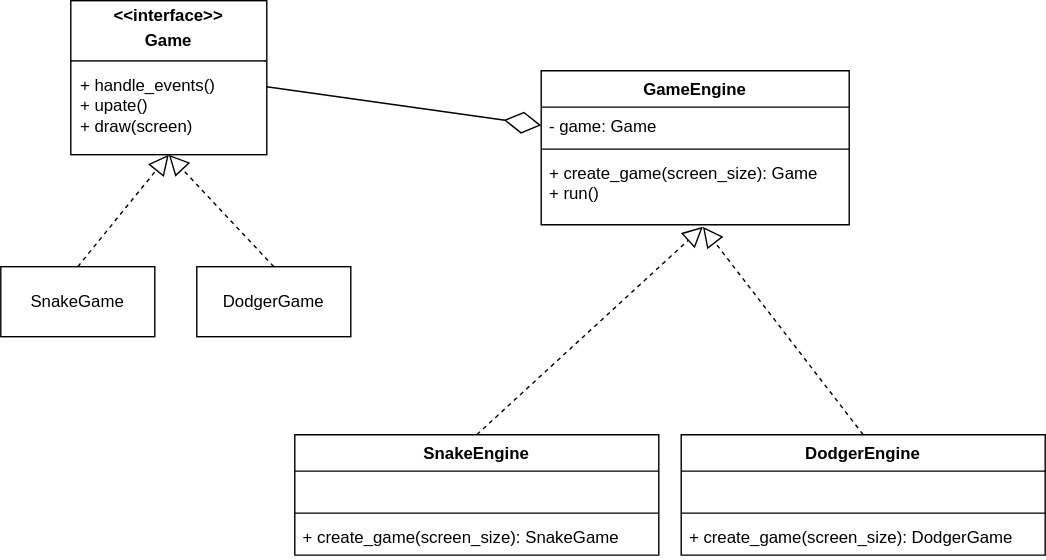
This is UML.drawio.svg from orangebtw/factory-method-pattern, a draw.io export, as it was before one commit. Source tidied: cells renumbered, new cells last; positions are measured from the earlier drawing's top-left corner, leaving out a move shared by most shapes. Source of this version:
```xml
<mxGraphModel>
  <root>
    <mxCell id="0" />
    <mxCell id="1" parent="0" />
    <mxCell id="2" value="GameEngine" style="swimlane;fontStyle=1;align=center;verticalAlign=top;horizontal=1;startSize=26;whiteSpace=wrap;html=1;" parent="1" vertex="1">
      <mxGeometry x="386" y="50" width="220" height="110" as="geometry" />
    </mxCell>
    <mxCell id="3" value="- game: Game" style="text;strokeColor=none;fillColor=none;align=left;verticalAlign=top;spacingLeft=4;spacingRight=4;overflow=hidden;points=[[0,0.5],[1,0.5]];portConstraint=eastwest;whiteSpace=wrap;html=1;" parent="2" vertex="1">
      <mxGeometry y="26" width="220" height="26" as="geometry" />
    </mxCell>
    <mxCell id="4" style="line;strokeWidth=1;fillColor=none;align=left;verticalAlign=middle;spacingTop=-1;spacingLeft=3;spacingRight=3;labelPosition=right;strokeColor=inherit;" parent="2" vertex="1">
      <mxGeometry y="52" width="220" height="8" as="geometry" />
    </mxCell>
    <mxCell id="5" value="&lt;div&gt;&lt;span style=&quot;background-color: transparent; color: light-dark(rgb(0, 0, 0), rgb(255, 255, 255));&quot;&gt;+ create_game(screen_size): Game&lt;/span&gt;&lt;/div&gt;&lt;div&gt;+ run()&lt;/div&gt;" style="text;strokeColor=none;fillColor=none;align=left;verticalAlign=top;spacingLeft=4;spacingRight=4;overflow=hidden;points=[[0,0.5],[1,0.5]];portConstraint=eastwest;whiteSpace=wrap;html=1;" parent="2" vertex="1">
      <mxGeometry y="60" width="220" height="50" as="geometry" />
    </mxCell>
    <mxCell id="6" value="SnakeEngine" style="swimlane;fontStyle=1;align=center;verticalAlign=top;horizontal=1;startSize=26;whiteSpace=wrap;html=1;" parent="1" vertex="1">
      <mxGeometry x="210" y="310" width="260" height="86" as="geometry" />
    </mxCell>
    <mxCell id="7" value="&amp;nbsp;" style="text;strokeColor=none;fillColor=none;align=left;verticalAlign=top;spacingLeft=4;spacingRight=4;overflow=hidden;whiteSpace=wrap;html=1;" parent="6" vertex="1">
      <mxGeometry y="26" width="260" height="26" as="geometry" />
    </mxCell>
    <mxCell id="8" style="line;strokeWidth=1;fillColor=none;align=left;verticalAlign=middle;spacingTop=-1;spacingLeft=3;spacingRight=3;labelPosition=right;strokeColor=inherit;" parent="6" vertex="1">
      <mxGeometry y="52" width="260" height="8" as="geometry" />
    </mxCell>
    <mxCell id="9" value="+ create_game(screen_size): SnakeGame" style="text;strokeColor=none;fillColor=none;align=left;verticalAlign=top;spacingLeft=4;spacingRight=4;overflow=hidden;whiteSpace=wrap;html=1;" parent="6" vertex="1">
      <mxGeometry y="60" width="260" height="26" as="geometry" />
    </mxCell>
    <mxCell id="10" value="DodgerEngine" style="swimlane;fontStyle=1;align=center;verticalAlign=top;horizontal=1;startSize=26;whiteSpace=wrap;html=1;" parent="1" vertex="1">
      <mxGeometry x="486" y="310" width="260" height="86" as="geometry" />
    </mxCell>
    <mxCell id="11" value="&amp;nbsp;" style="text;strokeColor=none;fillColor=none;align=left;verticalAlign=top;spacingLeft=4;spacingRight=4;overflow=hidden;whiteSpace=wrap;html=1;" parent="10" vertex="1">
      <mxGeometry y="26" width="260" height="26" as="geometry" />
    </mxCell>
    <mxCell id="12" style="line;strokeWidth=1;fillColor=none;align=left;verticalAlign=middle;spacingTop=-1;spacingLeft=3;spacingRight=3;labelPosition=right;strokeColor=inherit;" parent="10" vertex="1">
      <mxGeometry y="52" width="260" height="8" as="geometry" />
    </mxCell>
    <mxCell id="13" value="+ create_game(screen_size): DodgerGame" style="text;strokeColor=none;fillColor=none;align=left;verticalAlign=top;spacingLeft=4;spacingRight=4;overflow=hidden;whiteSpace=wrap;html=1;" parent="10" vertex="1">
      <mxGeometry y="60" width="260" height="26" as="geometry" />
    </mxCell>
    <mxCell id="14" style="group;" parent="1" vertex="1">
      <mxGeometry x="50" width="140" height="110" as="geometry" />
    </mxCell>
    <mxCell id="15" value="&lt;p style=&quot;margin:0px;margin-top:4px;text-align:center;&quot;&gt;&lt;b&gt;&amp;lt;&amp;lt;interface&amp;gt;&amp;gt;&lt;/b&gt;&lt;/p&gt;&lt;p style=&quot;margin:0px;margin-top:4px;text-align:center;&quot;&gt;&lt;b&gt;Game&lt;/b&gt;&lt;/p&gt;&lt;hr size=&quot;1&quot; style=&quot;border-style:solid;&quot;&gt;&lt;div style=&quot;height:2px;&quot;&gt;&lt;/div&gt;" style="verticalAlign=top;align=left;overflow=fill;html=1;whiteSpace=wrap;" parent="14" vertex="1">
      <mxGeometry width="140" height="110" as="geometry" />
    </mxCell>
    <mxCell id="16" value="+ handle_events()&lt;div&gt;+ upate()&lt;/div&gt;&lt;div&gt;+ draw(screen)&lt;/div&gt;" style="text;html=1;whiteSpace=wrap;strokeColor=none;fillColor=none;align=left;verticalAlign=middle;rounded=0;" parent="14" vertex="1">
      <mxGeometry x="5" y="50" width="130" height="50" as="geometry" />
    </mxCell>
    <mxCell id="17" value="SnakeGame" style="html=1;whiteSpace=wrap;" parent="1" vertex="1">
      <mxGeometry y="190" width="110" height="50" as="geometry" />
    </mxCell>
    <mxCell id="18" style="endArrow=block;dashed=1;endFill=0;endSize=12;html=1;rounded=0;entryX=0.5;entryY=1;entryDx=0;entryDy=0;exitX=0.5;exitY=0;exitDx=0;exitDy=0;" parent="1" edge="1" source="17" target="15">
      <mxGeometry relative="1" as="geometry" />
    </mxCell>
    <mxCell id="19" value="DodgerGame" style="html=1;whiteSpace=wrap;" parent="1" vertex="1">
      <mxGeometry x="140" y="190" width="110" height="50" as="geometry" />
    </mxCell>
    <mxCell id="20" style="endArrow=block;dashed=1;endFill=0;endSize=12;html=1;rounded=0;entryX=0.5;entryY=1;entryDx=0;entryDy=0;exitX=0.5;exitY=0;exitDx=0;exitDy=0;" parent="1" edge="1" source="19" target="15">
      <mxGeometry relative="1" as="geometry" />
    </mxCell>
    <mxCell id="21" style="endArrow=block;dashed=1;endFill=0;endSize=12;html=1;rounded=0;entryX=0.525;entryY=1.03;entryDx=0;entryDy=0;entryPerimeter=0;exitX=0.5;exitY=0;exitDx=0;exitDy=0;" parent="1" edge="1" source="6" target="5">
      <mxGeometry relative="1" as="geometry" />
    </mxCell>
    <mxCell id="22" style="endArrow=block;dashed=1;endFill=0;endSize=12;html=1;rounded=0;entryX=0.525;entryY=1.03;entryDx=0;entryDy=0;entryPerimeter=0;exitX=0.5;exitY=0;exitDx=0;exitDy=0;" parent="1" edge="1" source="10" target="5">
      <mxGeometry relative="1" as="geometry" />
    </mxCell>
    <mxCell id="23" style="endArrow=diamondThin;endFill=0;endSize=24;html=1;rounded=0;entryX=0;entryY=0.5;entryDx=0;entryDy=0;exitX=0.999;exitY=0.559;exitDx=0;exitDy=0;exitPerimeter=0;" parent="1" edge="1" source="15" target="3">
      <mxGeometry relative="1" as="geometry" />
    </mxCell>
  </root>
</mxGraphModel>
```
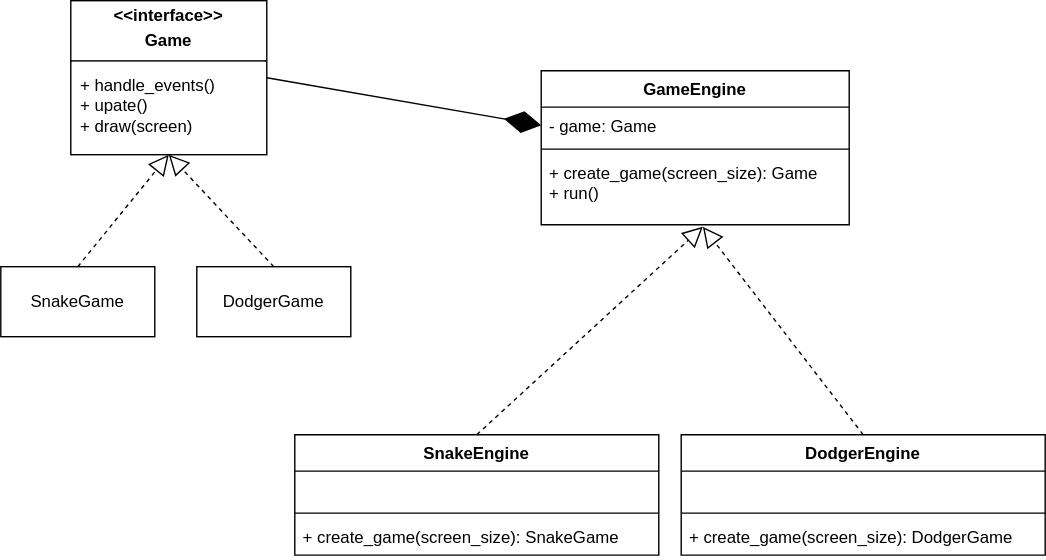
After the change.

What changed in the source:
```diff
@@ -65,7 +65,7 @@
     <mxCell id="22" style="endArrow=block;dashed=1;endFill=0;endSize=12;html=1;rounded=0;entryX=0.525;entryY=1.03;entryDx=0;entryDy=0;entryPerimeter=0;exitX=0.5;exitY=0;exitDx=0;exitDy=0;" parent="1" edge="1" source="10" target="5">
       <mxGeometry relative="1" as="geometry" />
     </mxCell>
-    <mxCell id="23" style="endArrow=diamondThin;endFill=0;endSize=24;html=1;rounded=0;entryX=0;entryY=0.5;entryDx=0;entryDy=0;exitX=0.999;exitY=0.559;exitDx=0;exitDy=0;exitPerimeter=0;" parent="1" edge="1" source="15" target="3">
+    <mxCell id="23" style="endArrow=diamondThin;endFill=1;endSize=24;html=1;rounded=0;exitX=1;exitY=0.5;exitDx=0;exitDy=0;entryX=0;entryY=0.5;entryDx=0;entryDy=0;" parent="1" edge="1" source="15" target="3">
       <mxGeometry relative="1" as="geometry" />
     </mxCell>
   </root>
```
